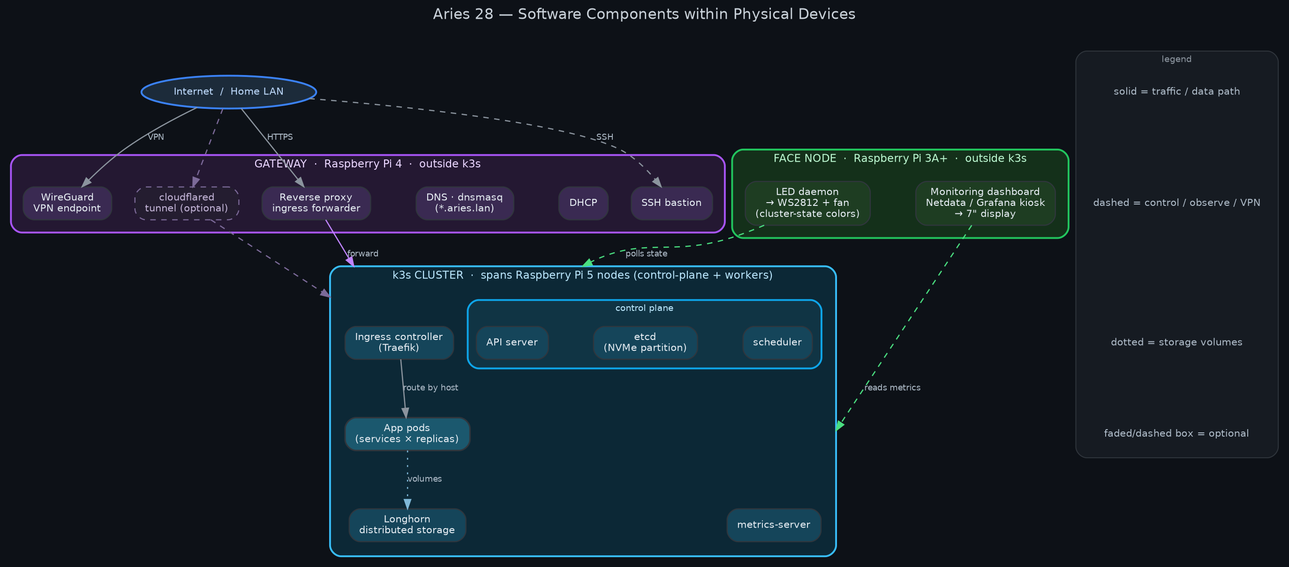
Earlier version of the Graphviz export docs/diagrams/software-architecture.png (engineeringthefutureai/aries-28). Its source is kept beside it as docs/diagrams/software-architecture.dot.
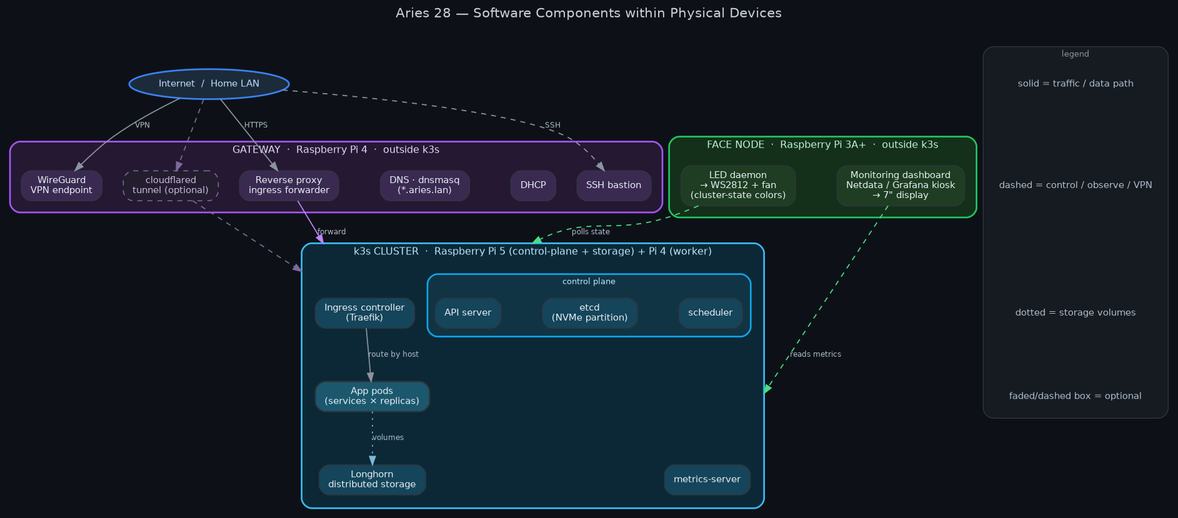
The same diagram one commit later.

Change to the diagram source:
```diff
@@ -40,7 +40,7 @@
   }
 
   subgraph cluster_k8s {
-    label="k3s CLUSTER  ·  spans Raspberry Pi 5 nodes (control-plane + workers)";
+    label="k3s CLUSTER  ·  Raspberry Pi 5 (control-plane + storage) + Pi 4 (worker)";
     style="filled,rounded"; fillcolor="#0c2836"; color="#38bdf8";
     fontcolor="#bae6fd"; fontsize=12; penwidth=2; margin=16;
 
```
